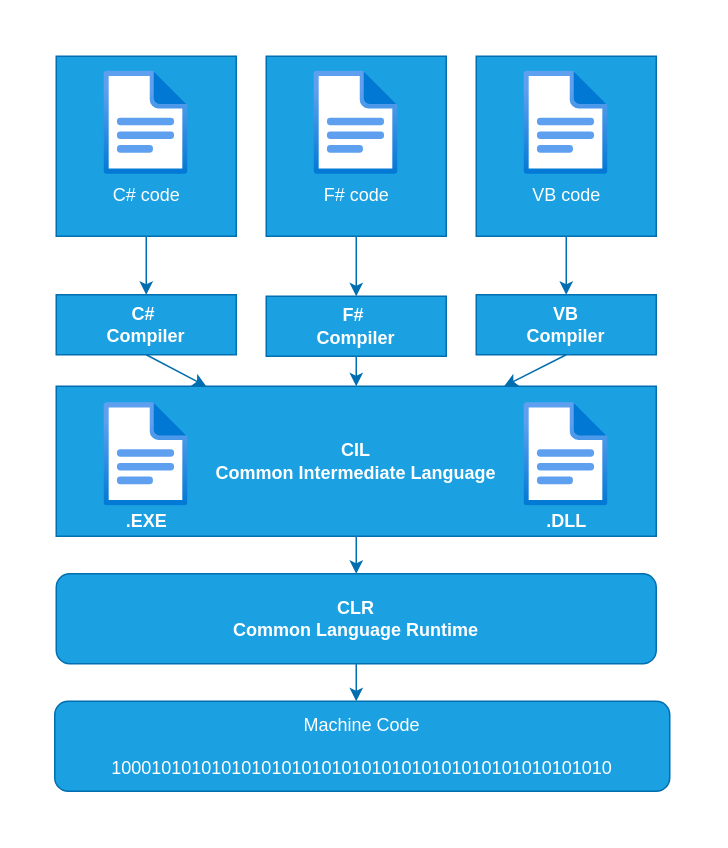
Above: C#.NET/Img/101_code_flow.drawio in uwspstar/FullStack (draw.io), before the change. Source tidied: cells renumbered, new cells numbered last; positions are measured from the earlier drawing's top-left corner, leaving out a move shared by most shapes. Both pictures are drawn from the tidied source at 150%, with x=0, y=0 at pixel (54, 56).
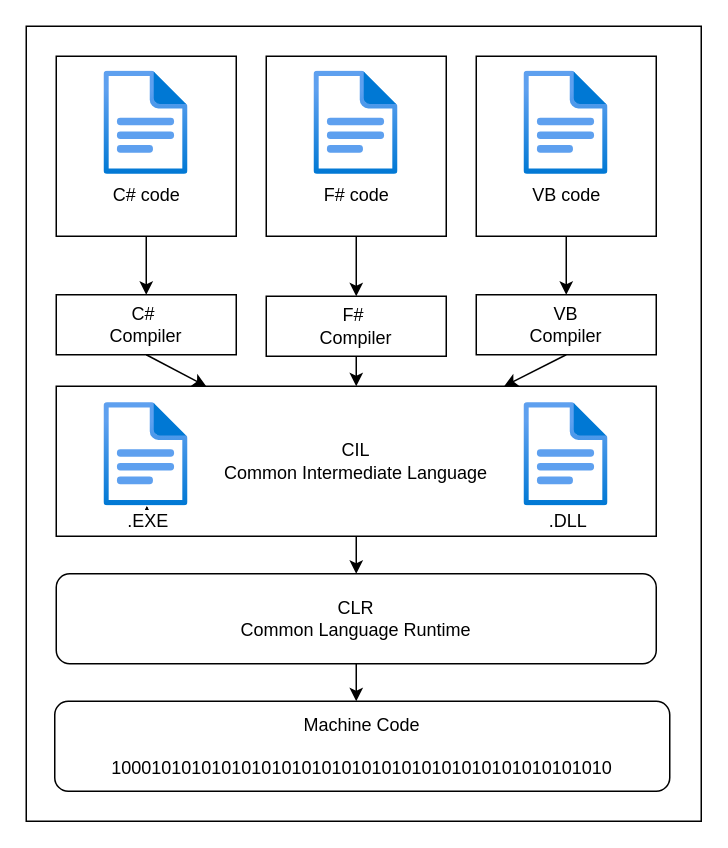
The same diagram, later.

Change to the diagram source:
```diff
@@
+    <mxCell id="28" style="rounded=0;whiteSpace=wrap;html=1;labelBackgroundColor=#FFFFFF;fontColor=#000000;fontStyle=0;" parent="1" vertex="1">
+      <mxGeometry x="-19" y="-20" width="450" height="530" as="geometry" />
+    </mxCell>
-    <mxCell id="2" style="rounded=0;whiteSpace=wrap;html=1;fillColor=#1ba1e2;fontColor=#ffffff;strokeColor=#006EAF;" parent="1" vertex="1">
+    <mxCell id="2" style="rounded=0;whiteSpace=wrap;html=1;labelBackgroundColor=#FFFFFF;fontColor=#000000;fontStyle=0;" parent="1" vertex="1">
       <mxGeometry x="141" width="120" height="120" as="geometry" />
     </mxCell>
-    <mxCell id="3" value="&lt;font color=&quot;#ffffff&quot;&gt;F# code&lt;/font&gt;" style="html=1;align=center;image;fontSize=12;image=img/lib/azure2/general/File.svg;fillColor=#1ba1e2;fontColor=#000000;strokeColor=#006EAF;labelBackgroundColor=none;" parent="1" vertex="1">
+    <mxCell id="3" value="&lt;font&gt;F# code&lt;/font&gt;" style="html=1;align=center;image;fontSize=12;image=img/lib/azure2/general/File.svg;labelBackgroundColor=#FFFFFF;fontColor=#000000;fontStyle=0;" parent="1" vertex="1">
       <mxGeometry x="173" y="10" width="56" height="69" as="geometry" />
     </mxCell>
-    <mxCell id="4" style="rounded=0;whiteSpace=wrap;html=1;fillColor=#1ba1e2;fontColor=#ffffff;strokeColor=#006EAF;" parent="1" vertex="1">
+    <mxCell id="4" style="rounded=0;whiteSpace=wrap;html=1;labelBackgroundColor=#FFFFFF;fontColor=#000000;fontStyle=0;" parent="1" vertex="1">
       <mxGeometry x="1" width="120" height="120" as="geometry" />
     </mxCell>
-    <mxCell id="5" value="C# code" style="html=1;align=center;image;fontSize=12;image=img/lib/azure2/general/File.svg;fillColor=#1ba1e2;fontColor=#FFFFFF;strokeColor=#006EAF;labelBackgroundColor=none;" parent="1" vertex="1">
+    <mxCell id="5" value="C# code" style="html=1;align=center;image;fontSize=12;image=img/lib/azure2/general/File.svg;labelBackgroundColor=#FFFFFF;fontColor=#000000;fontStyle=0;" parent="1" vertex="1">
       <mxGeometry x="33" y="10" width="56" height="69" as="geometry" />
     </mxCell>
-    <mxCell id="6" style="rounded=0;whiteSpace=wrap;html=1;fillColor=#1ba1e2;fontColor=#ffffff;strokeColor=#006EAF;" parent="1" vertex="1">
+    <mxCell id="6" style="rounded=0;whiteSpace=wrap;html=1;labelBackgroundColor=#FFFFFF;fontColor=#000000;fontStyle=0;" parent="1" vertex="1">
       <mxGeometry x="281" width="120" height="120" as="geometry" />
     </mxCell>
-    <mxCell id="7" value="&lt;font color=&quot;#ffffff&quot;&gt;VB code&lt;/font&gt;" style="html=1;align=center;image;fontSize=12;image=img/lib/azure2/general/File.svg;fillColor=#1ba1e2;fontColor=#000000;strokeColor=#006EAF;labelBackgroundColor=none;" parent="1" vertex="1">
+    <mxCell id="7" value="&lt;font&gt;VB code&lt;/font&gt;" style="html=1;align=center;image;fontSize=12;image=img/lib/azure2/general/File.svg;labelBackgroundColor=#FFFFFF;fontColor=#000000;fontStyle=0;" parent="1" vertex="1">
       <mxGeometry x="313" y="10" width="56" height="69" as="geometry" />
     </mxCell>
-    <mxCell id="8" value="C#&amp;nbsp;&lt;br&gt;Compiler" style="rounded=0;whiteSpace=wrap;html=1;fillColor=#1ba1e2;fontColor=#ffffff;strokeColor=#006EAF;fontStyle=1;" parent="1" vertex="1">
+    <mxCell id="8" value="C#&amp;nbsp;&lt;br&gt;Compiler" style="rounded=0;whiteSpace=wrap;html=1;fontStyle=0;labelBackgroundColor=#FFFFFF;fontColor=#000000;" parent="1" vertex="1">
       <mxGeometry x="1" y="159" width="120" height="40" as="geometry" />
     </mxCell>
-    <mxCell id="9" value="F#&amp;nbsp;&lt;br&gt;Compiler" style="rounded=0;whiteSpace=wrap;html=1;fillColor=#1ba1e2;fontColor=#ffffff;strokeColor=#006EAF;fontStyle=1;" parent="1" vertex="1">
+    <mxCell id="9" value="F#&amp;nbsp;&lt;br&gt;Compiler" style="rounded=0;whiteSpace=wrap;html=1;fontStyle=0;labelBackgroundColor=#FFFFFF;fontColor=#000000;" parent="1" vertex="1">
       <mxGeometry x="141" y="160" width="120" height="40" as="geometry" />
     </mxCell>
-    <mxCell id="10" value="VB&lt;br&gt;Compiler" style="rounded=0;whiteSpace=wrap;html=1;fillColor=#1ba1e2;fontColor=#ffffff;strokeColor=#006EAF;fontStyle=1;" parent="1" vertex="1">
+    <mxCell id="10" value="VB&lt;br&gt;Compiler" style="rounded=0;whiteSpace=wrap;html=1;fontStyle=0;labelBackgroundColor=#FFFFFF;fontColor=#000000;" parent="1" vertex="1">
       <mxGeometry x="281" y="159" width="120" height="40" as="geometry" />
     </mxCell>
-    <mxCell id="11" value="CIL&lt;br&gt;Common Intermediate Language" style="rounded=0;whiteSpace=wrap;html=1;fillColor=#1ba1e2;fontColor=#ffffff;strokeColor=#006EAF;fontStyle=1;" parent="1" vertex="1">
+    <mxCell id="11" value="CIL&lt;br&gt;Common Intermediate Language" style="rounded=0;whiteSpace=wrap;html=1;fontStyle=0;labelBackgroundColor=#FFFFFF;fontColor=#000000;" parent="1" vertex="1">
       <mxGeometry x="1" y="220" width="400" height="100" as="geometry" />
     </mxCell>
-    <mxCell id="12" style="html=1;points=[];align=center;image;fontSize=12;image=img/lib/azure2/general/File.svg;fillColor=#1ba1e2;fontColor=#ffffff;strokeColor=#006EAF;" parent="1" vertex="1">
+    <mxCell id="12" style="html=1;points=[];align=center;image;fontSize=12;image=img/lib/azure2/general/File.svg;labelBackgroundColor=#FFFFFF;fontColor=#000000;fontStyle=0;" parent="1" vertex="1">
       <mxGeometry x="33" y="231" width="56" height="69" as="geometry" />
     </mxCell>
-    <mxCell id="13" style="html=1;align=center;image;fontSize=12;image=img/lib/azure2/general/File.svg;fillColor=#1ba1e2;fontColor=#ffffff;strokeColor=#006EAF;" parent="1" vertex="1">
+    <mxCell id="13" style="html=1;align=center;image;fontSize=12;image=img/lib/azure2/general/File.svg;labelBackgroundColor=#FFFFFF;fontColor=#000000;fontStyle=0;" parent="1" vertex="1">
       <mxGeometry x="313" y="231" width="56" height="69" as="geometry" />
     </mxCell>
-    <mxCell id="14" value="CLR&lt;br&gt;Common Language Runtime" style="rounded=1;whiteSpace=wrap;html=1;fillColor=#1ba1e2;fontColor=#ffffff;strokeColor=#006EAF;fontStyle=1;" parent="1" vertex="1">
+    <mxCell id="14" value="CLR&lt;br&gt;Common Language Runtime" style="rounded=1;whiteSpace=wrap;html=1;fontStyle=0;labelBackgroundColor=#FFFFFF;fontColor=#000000;" parent="1" vertex="1">
       <mxGeometry x="1" y="345" width="400" height="60" as="geometry" />
     </mxCell>
-    <mxCell id="15" value="Machine Code&lt;br&gt;&lt;br&gt;10001010101010101010101010101010101010101010101010" style="rounded=1;whiteSpace=wrap;html=1;fillColor=#1ba1e2;fontColor=#ffffff;strokeColor=#006EAF;" parent="1" vertex="1">
+    <mxCell id="15" value="Machine Code&lt;br&gt;&lt;br&gt;10001010101010101010101010101010101010101010101010" style="rounded=1;whiteSpace=wrap;html=1;labelBackgroundColor=#FFFFFF;fontColor=#000000;fontStyle=0;" parent="1" vertex="1">
       <mxGeometry y="430" width="410" height="60" as="geometry" />
     </mxCell>
-    <mxCell id="16" style="endArrow=classic;html=1;exitX=0.5;exitY=1;exitDx=0;exitDy=0;fillColor=#1ba1e2;strokeColor=#006EAF;" parent="1" edge="1" source="4" target="8">
+    <mxCell id="16" style="endArrow=classic;html=1;exitX=0.5;exitY=1;exitDx=0;exitDy=0;labelBackgroundColor=#FFFFFF;fontColor=#000000;fontStyle=0;" parent="1" edge="1" source="4" target="8">
       <mxGeometry relative="1" as="geometry" />
     </mxCell>
-    <mxCell id="17" style="endArrow=classic;html=1;exitX=0.5;exitY=1;exitDx=0;exitDy=0;fillColor=#1ba1e2;strokeColor=#006EAF;" parent="1" edge="1" source="2" target="9">
+    <mxCell id="17" style="endArrow=classic;html=1;exitX=0.5;exitY=1;exitDx=0;exitDy=0;labelBackgroundColor=#FFFFFF;fontColor=#000000;fontStyle=0;" parent="1" edge="1" source="2" target="9">
       <mxGeometry relative="1" as="geometry" />
     </mxCell>
-    <mxCell id="18" style="endArrow=classic;html=1;exitX=0.5;exitY=1;exitDx=0;exitDy=0;fillColor=#1ba1e2;strokeColor=#006EAF;" parent="1" edge="1" source="6" target="10">
+    <mxCell id="18" style="endArrow=classic;html=1;exitX=0.5;exitY=1;exitDx=0;exitDy=0;labelBackgroundColor=#FFFFFF;fontColor=#000000;fontStyle=0;" parent="1" edge="1" source="6" target="10">
       <mxGeometry relative="1" as="geometry" />
     </mxCell>
-    <mxCell id="19" style="endArrow=classic;html=1;exitX=0.5;exitY=1;exitDx=0;exitDy=0;entryX=0.25;entryY=0;entryDx=0;entryDy=0;fillColor=#1ba1e2;strokeColor=#006EAF;" parent="1" edge="1" source="8" target="11">
+    <mxCell id="19" style="endArrow=classic;html=1;exitX=0.5;exitY=1;exitDx=0;exitDy=0;entryX=0.25;entryY=0;entryDx=0;entryDy=0;labelBackgroundColor=#FFFFFF;fontColor=#000000;fontStyle=0;" parent="1" edge="1" source="8" target="11">
       <mxGeometry relative="1" as="geometry" />
     </mxCell>
-    <mxCell id="20" style="endArrow=classic;html=1;exitX=0.5;exitY=1;exitDx=0;exitDy=0;fillColor=#1ba1e2;strokeColor=#006EAF;" parent="1" edge="1" source="9" target="11">
+    <mxCell id="20" style="endArrow=classic;html=1;exitX=0.5;exitY=1;exitDx=0;exitDy=0;labelBackgroundColor=#FFFFFF;fontColor=#000000;fontStyle=0;" parent="1" edge="1" source="9" target="11">
       <mxGeometry relative="1" as="geometry" />
     </mxCell>
-    <mxCell id="21" style="endArrow=classic;html=1;exitX=0.5;exitY=1;exitDx=0;exitDy=0;fillColor=#1ba1e2;strokeColor=#006EAF;" parent="1" edge="1" source="10" target="11">
+    <mxCell id="21" style="endArrow=classic;html=1;exitX=0.5;exitY=1;exitDx=0;exitDy=0;labelBackgroundColor=#FFFFFF;fontColor=#000000;fontStyle=0;" parent="1" edge="1" source="10" target="11">
       <mxGeometry relative="1" as="geometry" />
     </mxCell>
-    <mxCell id="22" style="endArrow=classic;html=1;exitX=0.5;exitY=1;exitDx=0;exitDy=0;entryX=0.5;entryY=0;entryDx=0;entryDy=0;fillColor=#1ba1e2;strokeColor=#006EAF;" parent="1" edge="1" source="11" target="14">
+    <mxCell id="22" style="endArrow=classic;html=1;exitX=0.5;exitY=1;exitDx=0;exitDy=0;entryX=0.5;entryY=0;entryDx=0;entryDy=0;labelBackgroundColor=#FFFFFF;fontColor=#000000;fontStyle=0;" parent="1" edge="1" source="11" target="14">
       <mxGeometry relative="1" as="geometry" />
     </mxCell>
-    <mxCell id="23" style="endArrow=classic;html=1;exitX=0.5;exitY=1;exitDx=0;exitDy=0;fillColor=#1ba1e2;strokeColor=#006EAF;" parent="1" edge="1" source="14">
+    <mxCell id="23" style="endArrow=classic;html=1;exitX=0.5;exitY=1;exitDx=0;exitDy=0;labelBackgroundColor=#FFFFFF;fontColor=#000000;fontStyle=0;" parent="1" edge="1" source="14">
       <mxGeometry relative="1" as="geometry">
         <mxPoint x="201" y="430" as="targetPoint" />
       </mxGeometry>
     </mxCell>
-    <mxCell id="24" style="edgeStyle=none;html=1;fontColor=#FFFFFF;" parent="1" edge="1" source="26" target="12">
+    <mxCell id="24" style="edgeStyle=none;html=1;fontColor=#000000;labelBackgroundColor=#FFFFFF;fontStyle=0;" parent="1" edge="1" source="26" target="12">
       <mxGeometry relative="1" as="geometry" />
     </mxCell>
-    <mxCell id="25" style="edgeStyle=none;html=1;fontColor=#FFFFFF;" parent="1" edge="1" source="26" target="12">
+    <mxCell id="25" style="edgeStyle=none;html=1;fontColor=#000000;labelBackgroundColor=#FFFFFF;fontStyle=0;" parent="1" edge="1" source="26" target="12">
       <mxGeometry relative="1" as="geometry" />
     </mxCell>
-    <mxCell id="26" value="&lt;font&gt;.EXE&lt;/font&gt;" style="text;html=1;align=center;verticalAlign=middle;points=[];fillColor=none;strokeColor=none;rounded=0;fontStyle=1;fontColor=#FFFFFF;" parent="1" vertex="1">
-      <mxGeometry x="41" y="300" width="40" height="20" as="geometry" />
+    <mxCell id="26" value="&lt;font&gt;.EXE&lt;/font&gt;" style="text;html=1;align=center;verticalAlign=middle;points=[];rounded=0;fontStyle=0;labelBackgroundColor=#FFFFFF;fontColor=#000000;" parent="1" vertex="1">
+      <mxGeometry x="43" y="301" width="37" height="18" as="geometry" />
     </mxCell>
-    <mxCell id="27" value="&lt;font color=&quot;#ffffff&quot;&gt;.DLL&lt;/font&gt;" style="text;html=1;align=center;verticalAlign=middle;fillColor=none;strokeColor=none;rounded=0;fontStyle=1;" parent="1" vertex="1">
-      <mxGeometry x="321" y="300" width="40" height="20" as="geometry" />
+    <mxCell id="27" value="&lt;font&gt;.DLL&lt;/font&gt;" style="text;html=1;align=center;verticalAlign=middle;rounded=0;fontStyle=0;labelBackgroundColor=#FFFFFF;fontColor=#000000;" parent="1" vertex="1">
+      <mxGeometry x="324" y="301" width="35" height="18" as="geometry" />
     </mxCell>
```
